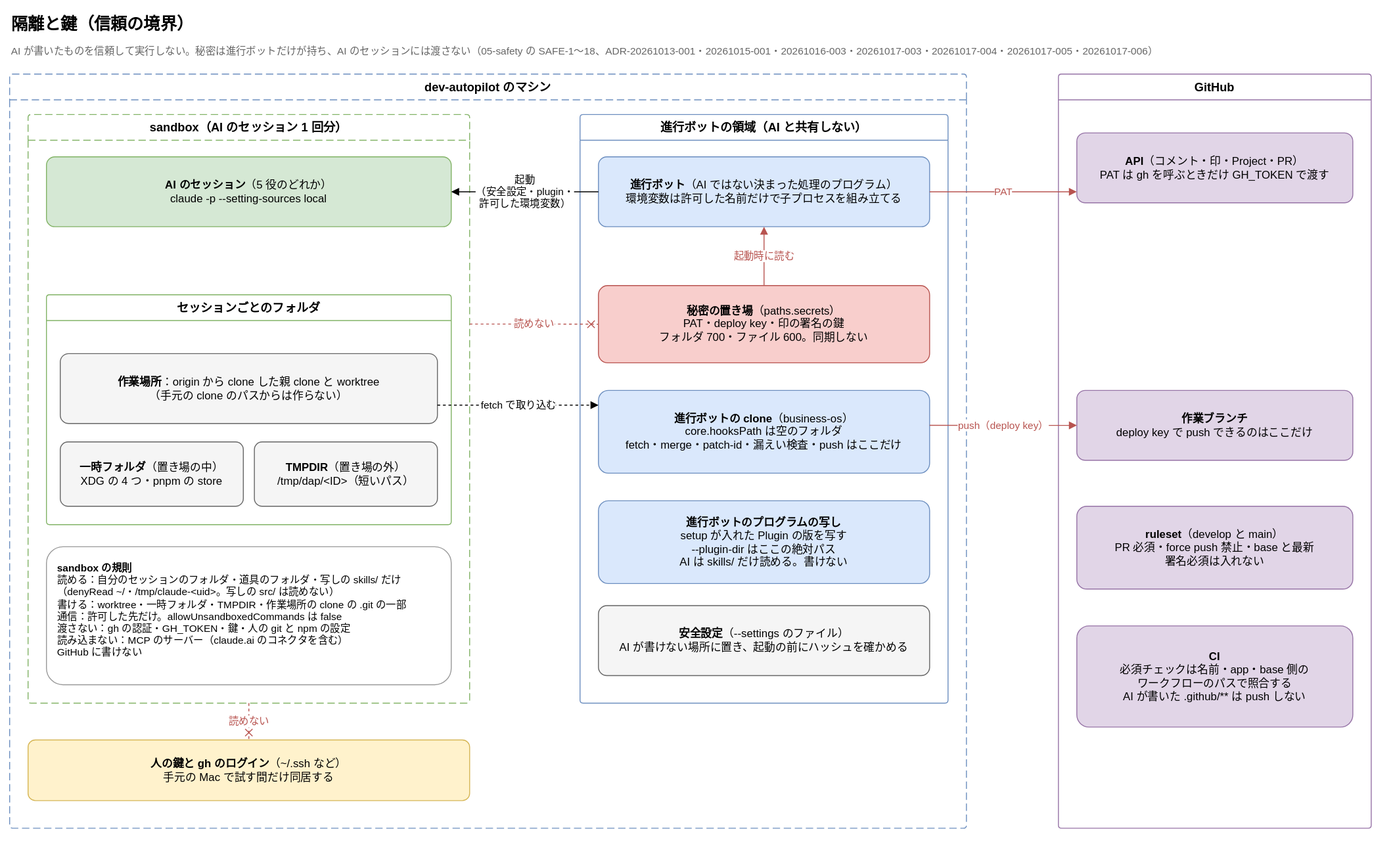
Earlier version of the draw.io export docs/diagrams/isolation-and-keys.drawio.svg (Joymerrevent/dev-autopilot). Source tidied: cells renumbered, new cells last; positions are measured from the earlier drawing's top-left corner, leaving out a move shared by most shapes.
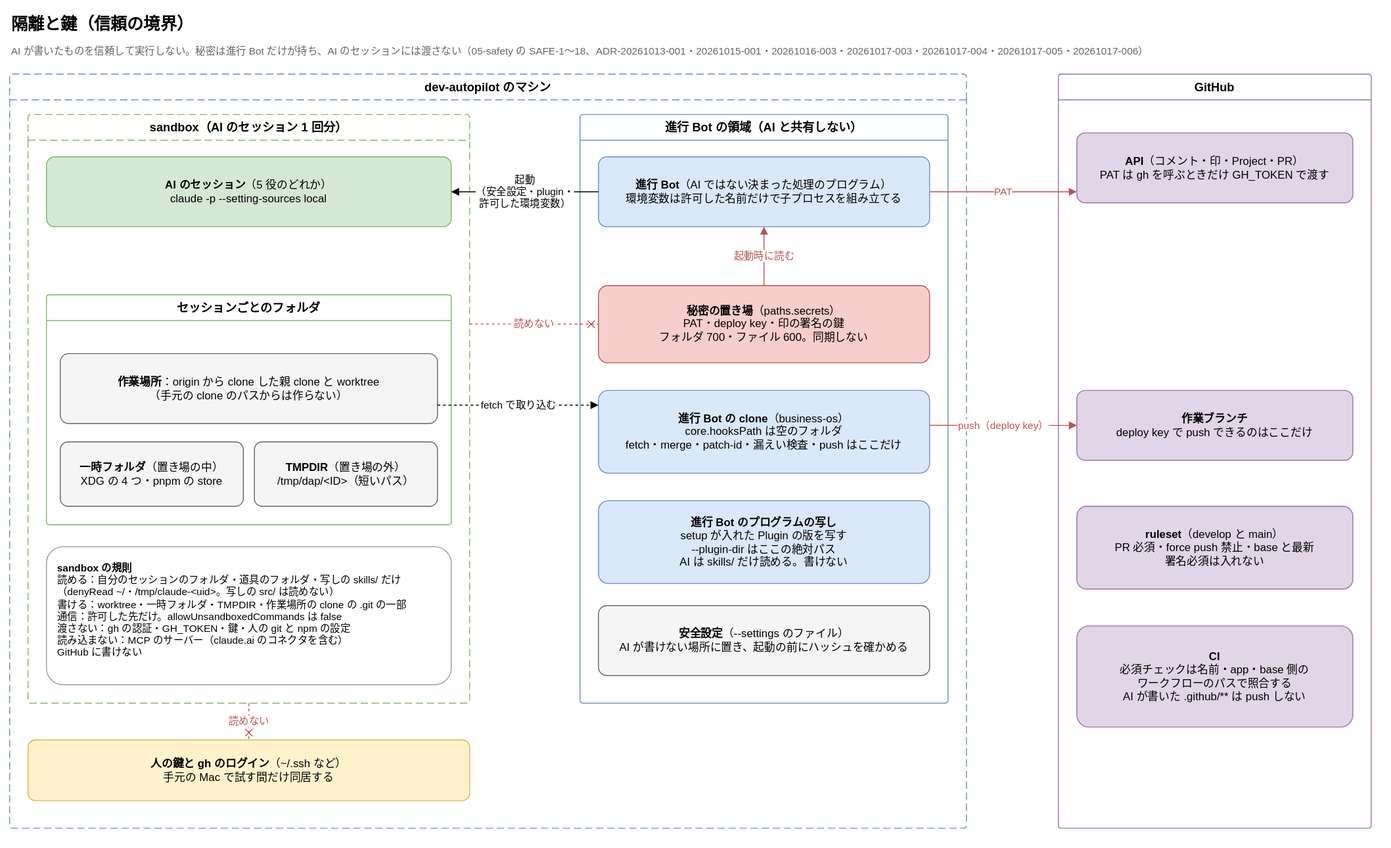
The same diagram one commit later.

Commit message:
docs: 図の「進行ボット」を「進行 Bot」に改める

The edit, as a diff of the source:
```diff
@@ -5,7 +5,7 @@
     <mxCell id="2" value="隔離と鍵（信頼の境界）" style="text;html=1;whiteSpace=wrap;align=left;verticalAlign=middle;fontSize=18;fontStyle=1;" parent="1" vertex="1">
       <mxGeometry width="900" height="32" as="geometry" />
     </mxCell>
-    <mxCell id="3" value="AI が書いたものを信頼して実行しない。秘密は進行ボットだけが持ち、AI のセッションには渡さない（05-safety の SAFE-1〜18、ADR-20261013-001・20261015-001・20261016-003・20261017-003・20261017-004・20261017-005・20261017-006）" style="text;html=1;whiteSpace=wrap;align=left;verticalAlign=top;fontSize=11;fontColor=#666666;" parent="1" vertex="1">
+    <mxCell id="3" value="AI が書いたものを信頼して実行しない。秘密は進行 Bot だけが持ち、AI のセッションには渡さない（05-safety の SAFE-1〜18、ADR-20261013-001・20261015-001・20261016-003・20261017-003・20261017-004・20261017-005・20261017-006）" style="text;html=1;whiteSpace=wrap;align=left;verticalAlign=top;fontSize=11;fontColor=#666666;" parent="1" vertex="1">
       <mxGeometry y="32" width="1480" height="22" as="geometry" />
     </mxCell>
     <mxCell id="4" value="dev-autopilot のマシン" style="swimlane;startSize=28;html=1;whiteSpace=wrap;rounded=1;arcSize=4;dashed=1;dashPattern=8 4;fontStyle=1;fontSize=13;strokeColor=#6c8ebf;fillColor=none;swimlaneFillColor=none;" parent="1" vertex="1">
@@ -32,19 +32,19 @@
     <mxCell id="11" value="&lt;b&gt;sandbox の規則&lt;/b&gt;&lt;br&gt;読める：自分のセッションのフォルダ・道具のフォルダ・写しの skills/ だけ&lt;br&gt;（denyRead ~/・/tmp/claude-&amp;lt;uid&amp;gt;。写しの src/ は読めない）&lt;br&gt;書ける：worktree・一時フォルダ・TMPDIR・作業場所の clone の .git の一部&lt;br&gt;通信：許可した先だけ。allowUnsandboxedCommands は false&lt;br&gt;渡さない：gh の認証・GH_TOKEN・鍵・人の git と npm の設定&lt;br&gt;読み込まない：MCP のサーバー（claude.ai のコネクタを含む）&lt;br&gt;GitHub に書けない" style="rounded=1;whiteSpace=wrap;html=1;fontSize=12;arcSize=12;align=left;verticalAlign=top;fontSize=11;fillColor=#ffffff;strokeColor=#999999;spacing=12;" parent="5" vertex="1">
       <mxGeometry x="20" y="470" width="440" height="150" as="geometry" />
     </mxCell>
-    <mxCell id="12" value="進行ボットの領域（AI と共有しない）" style="swimlane;startSize=28;html=1;whiteSpace=wrap;rounded=1;arcSize=4;fontStyle=1;fontSize=13;strokeColor=#6c8ebf;fillColor=none;swimlaneFillColor=none;" parent="4" vertex="1">
+    <mxCell id="12" value="進行 Bot の領域（AI と共有しない）" style="swimlane;startSize=28;html=1;whiteSpace=wrap;rounded=1;arcSize=4;fontStyle=1;fontSize=13;strokeColor=#6c8ebf;fillColor=none;swimlaneFillColor=none;" parent="4" vertex="1">
       <mxGeometry x="620" y="44" width="400" height="640" as="geometry" />
     </mxCell>
-    <mxCell id="13" value="&lt;b&gt;進行ボット&lt;/b&gt;（AI ではない決まった処理のプログラム）&lt;br&gt;環境変数は許可した名前だけで子プロセスを組み立てる" style="rounded=1;whiteSpace=wrap;html=1;fontSize=12;arcSize=12;fillColor=#dae8fc;strokeColor=#6c8ebf;spacing=12;" parent="12" vertex="1">
+    <mxCell id="13" value="&lt;b&gt;進行 Bot&lt;/b&gt;（AI ではない決まった処理のプログラム）&lt;br&gt;環境変数は許可した名前だけで子プロセスを組み立てる" style="rounded=1;whiteSpace=wrap;html=1;fontSize=12;arcSize=12;fillColor=#dae8fc;strokeColor=#6c8ebf;spacing=12;" parent="12" vertex="1">
       <mxGeometry x="20" y="46" width="360" height="76" as="geometry" />
     </mxCell>
     <mxCell id="14" value="&lt;b&gt;秘密の置き場&lt;/b&gt;（paths.secrets）&lt;br&gt;PAT・deploy key・印の署名の鍵&lt;br&gt;フォルダ 700・ファイル 600。同期しない" style="rounded=1;whiteSpace=wrap;html=1;fontSize=12;arcSize=12;fillColor=#f8cecc;strokeColor=#b85450;spacing=12;" parent="12" vertex="1">
       <mxGeometry x="20" y="186" width="360" height="84" as="geometry" />
     </mxCell>
-    <mxCell id="15" value="&lt;b&gt;進行ボットの clone&lt;/b&gt;（business-os）&lt;br&gt;core.hooksPath は空のフォルダ&lt;br&gt;fetch・merge・patch-id・漏えい検査・push はここだけ" style="rounded=1;whiteSpace=wrap;html=1;fontSize=12;arcSize=12;fillColor=#dae8fc;strokeColor=#6c8ebf;spacing=12;" parent="12" vertex="1">
+    <mxCell id="15" value="&lt;b&gt;進行 Bot の clone&lt;/b&gt;（business-os）&lt;br&gt;core.hooksPath は空のフォルダ&lt;br&gt;fetch・merge・patch-id・漏えい検査・push はここだけ" style="rounded=1;whiteSpace=wrap;html=1;fontSize=12;arcSize=12;fillColor=#dae8fc;strokeColor=#6c8ebf;spacing=12;" parent="12" vertex="1">
       <mxGeometry x="20" y="300" width="360" height="90" as="geometry" />
     </mxCell>
-    <mxCell id="16" value="&lt;b&gt;進行ボットのプログラムの写し&lt;/b&gt;&lt;br&gt;setup が入れた Plugin の版を写す&lt;br&gt;--plugin-dir はここの絶対パス&lt;br&gt;AI は skills/ だけ読める。書けない" style="rounded=1;whiteSpace=wrap;html=1;fontSize=12;arcSize=12;fillColor=#dae8fc;strokeColor=#6c8ebf;spacing=12;" parent="12" vertex="1">
+    <mxCell id="16" value="&lt;b&gt;進行 Bot のプログラムの写し&lt;/b&gt;&lt;br&gt;setup が入れた Plugin の版を写す&lt;br&gt;--plugin-dir はここの絶対パス&lt;br&gt;AI は skills/ だけ読める。書けない" style="rounded=1;whiteSpace=wrap;html=1;fontSize=12;arcSize=12;fillColor=#dae8fc;strokeColor=#6c8ebf;spacing=12;" parent="12" vertex="1">
       <mxGeometry x="20" y="420" width="360" height="90" as="geometry" />
     </mxCell>
     <mxCell id="17" value="&lt;b&gt;安全設定&lt;/b&gt;（--settings のファイル）&lt;br&gt;AI が書けない場所に置き、起動の前にハッシュを確かめる" style="rounded=1;whiteSpace=wrap;html=1;fontSize=12;arcSize=12;fillColor=#f5f5f5;strokeColor=#666666;spacing=12;" parent="12" vertex="1">
```
